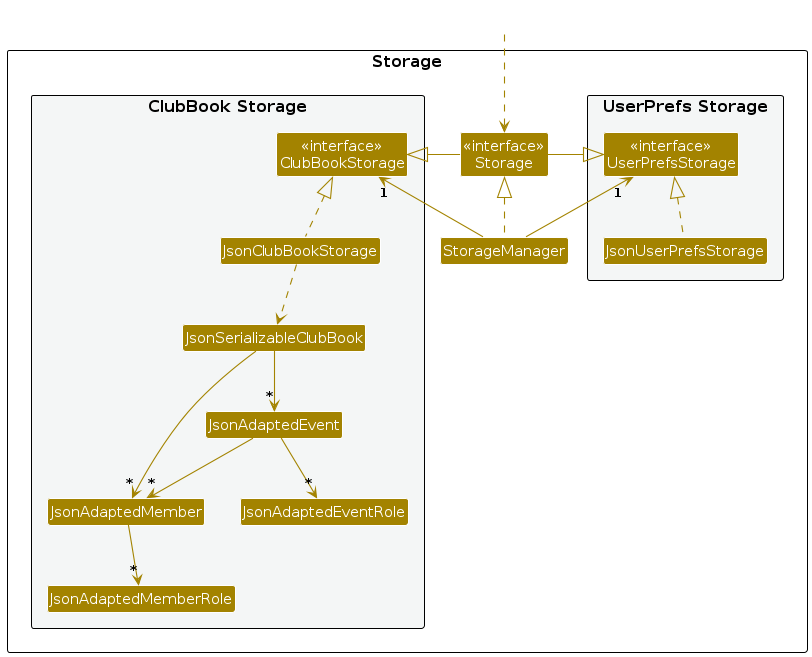
Above: diagrams/StorageClassDiagram.png in AY2526S1-CS2103T-T11-3/tp (PlantUML), before the change. Its source is kept beside it as diagrams/StorageClassDiagram.puml.
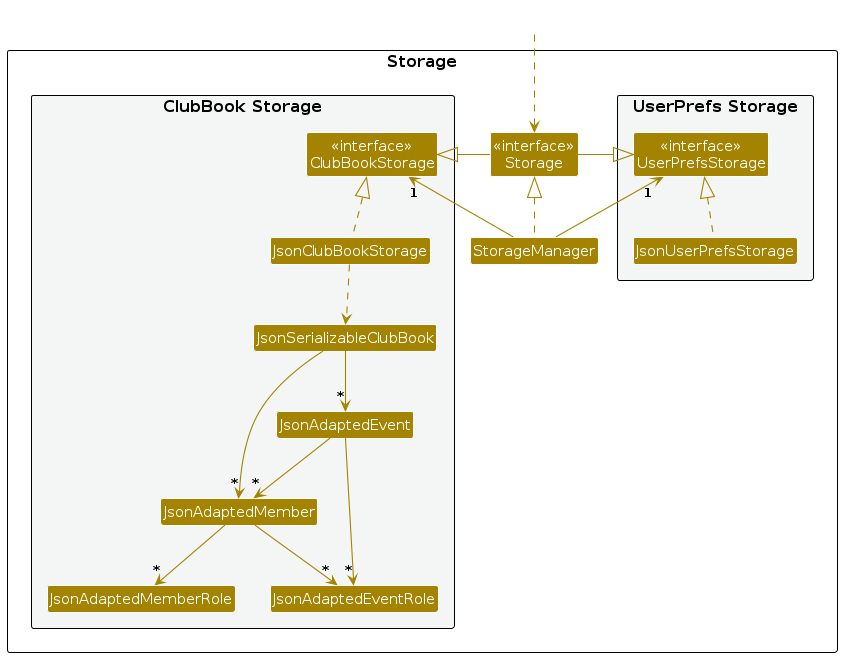
The same file after the commit.

Diff of the diagram source:
```diff
@@ -44,6 +44,7 @@
 JsonAdaptedEvent --> "*" JsonAdaptedEventRole
 JsonAdaptedEvent --> "*" JsonAdaptedMember
 JsonAdaptedMember --> "*" JsonAdaptedMemberRole
+JsonAdaptedMember --> "*" JsonAdaptedEventRole
 
 
 
```
